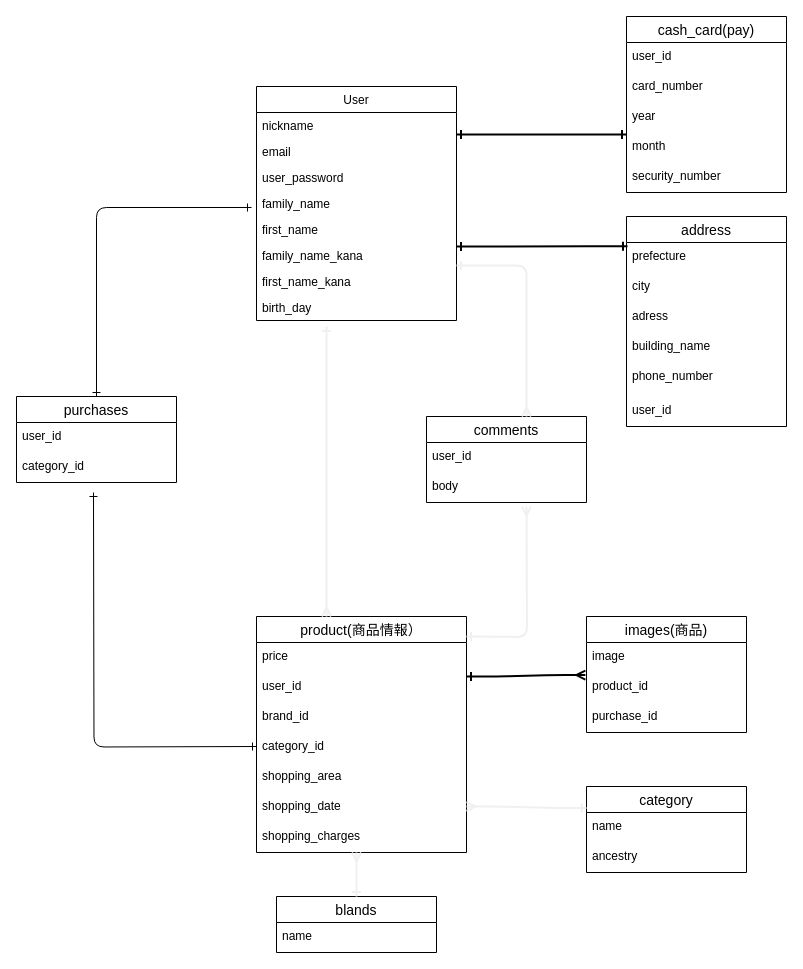
Before: ER.dio in atsushi514/furima-32342, a draw.io diagram. Source tidied: cells renumbered, new cells numbered last; positions are measured from the earlier drawing's top-left corner, leaving out a move shared by most shapes. Both pictures are drawn from the tidied source at 100%, with x=0, y=0 at pixel (16, 16).
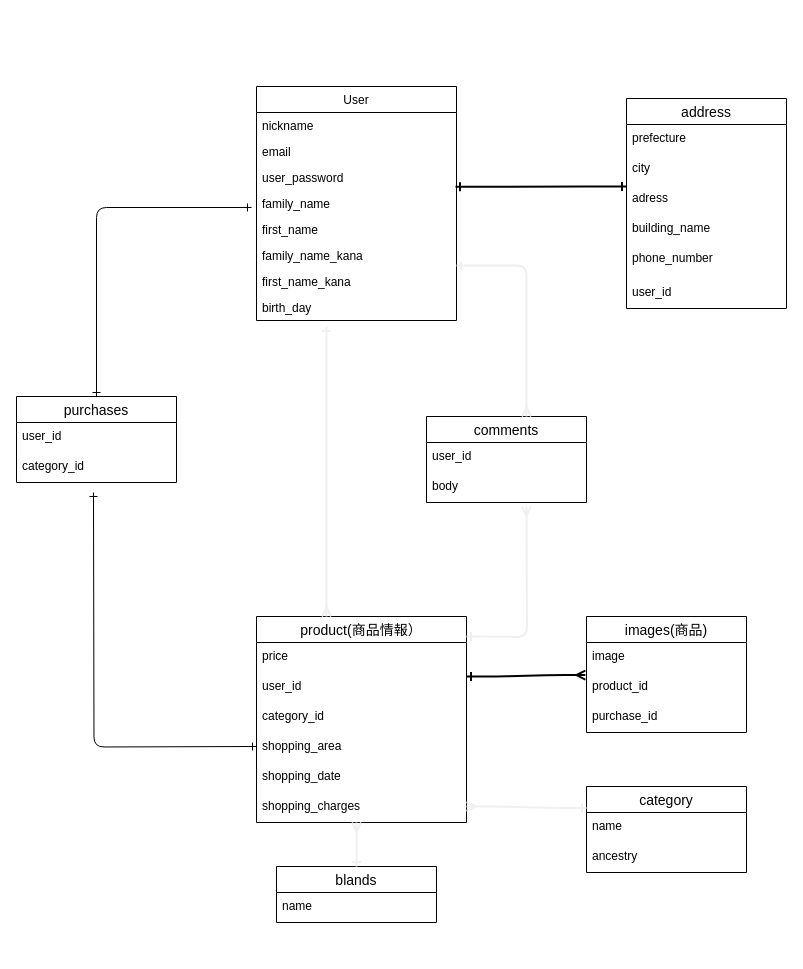
The same diagram, later.

Commit message (it also covers changes not shown here):
データベース設計変更の変更

The edit, as a diff of the source:
```diff
@@
-    <mxCell id="11" value="cash_card(pay)" style="swimlane;fontStyle=0;horizontal=1;startSize=26;align=center;fontSize=14;" parent="1" vertex="1">
-      <mxGeometry x="610" width="160" height="176" as="geometry" />
-    </mxCell>
-    <mxCell id="12" value="user_id" style="text;strokeColor=none;fillColor=none;spacingLeft=4;spacingRight=4;overflow=hidden;fontSize=12;" parent="11" vertex="1">
-      <mxGeometry y="26" width="160" height="30" as="geometry" />
-    </mxCell>
-    <mxCell id="13" value="card_number" style="text;strokeColor=none;fillColor=none;spacingLeft=4;spacingRight=4;overflow=hidden;fontSize=12;" parent="11" vertex="1">
-      <mxGeometry y="56" width="160" height="30" as="geometry" />
-    </mxCell>
-    <mxCell id="14" value="year" style="text;strokeColor=none;fillColor=none;spacingLeft=4;spacingRight=4;overflow=hidden;fontSize=12;" parent="11" vertex="1">
-      <mxGeometry y="86" width="160" height="30" as="geometry" />
-    </mxCell>
-    <mxCell id="15" value="month" style="text;strokeColor=none;fillColor=none;spacingLeft=4;spacingRight=4;overflow=hidden;fontSize=12;" parent="11" vertex="1">
-      <mxGeometry y="116" width="160" height="30" as="geometry" />
-    </mxCell>
-    <mxCell id="16" value="security_number" style="text;strokeColor=none;fillColor=none;spacingLeft=4;spacingRight=4;overflow=hidden;fontSize=12;" parent="11" vertex="1">
-      <mxGeometry y="146" width="160" height="30" as="geometry" />
-    </mxCell>
-    <mxCell id="17" style="edgeStyle=entityRelationEdgeStyle;fontSize=12;html=1;endArrow=ERone;startArrow=ERone;startFill=0;endFill=0;strokeWidth=2;" parent="1" edge="1">
-      <mxGeometry relative="1" as="geometry">
-        <mxPoint x="440" y="118" as="sourcePoint" />
-        <mxPoint x="610" y="118" as="targetPoint" />
-      </mxGeometry>
-    </mxCell>
     <mxCell id="18" value="product(商品情報）" style="swimlane;fontStyle=0;horizontal=1;startSize=26;align=center;fontSize=14;" parent="1" vertex="1">
-      <mxGeometry x="240" y="600" width="210" height="236" as="geometry" />
+      <mxGeometry x="240" y="600" width="210" height="206" as="geometry" />
     </mxCell>
@@
-    <mxCell id="21" value="brand_id" style="text;strokeColor=none;fillColor=none;spacingLeft=4;spacingRight=4;overflow=hidden;fontSize=12;" parent="18" vertex="1">
-      <mxGeometry y="86" width="210" height="30" as="geometry" />
-    </mxCell>
     <mxCell id="22" value="category_id" style="text;strokeColor=none;fillColor=none;spacingLeft=4;spacingRight=4;overflow=hidden;fontSize=12;" parent="18" vertex="1">
-      <mxGeometry y="116" width="210" height="30" as="geometry" />
+      <mxGeometry y="86" width="210" height="30" as="geometry" />
     </mxCell>
     <mxCell id="23" value="shopping_area" style="text;strokeColor=none;fillColor=none;spacingLeft=4;spacingRight=4;overflow=hidden;fontSize=12;" parent="18" vertex="1">
-      <mxGeometry y="146" width="210" height="30" as="geometry" />
+      <mxGeometry y="116" width="210" height="30" as="geometry" />
     </mxCell>
     <mxCell id="24" value="shopping_date" style="text;strokeColor=none;fillColor=none;spacingLeft=4;spacingRight=4;overflow=hidden;fontSize=12;" parent="18" vertex="1">
-      <mxGeometry y="176" width="210" height="30" as="geometry" />
+      <mxGeometry y="146" width="210" height="30" as="geometry" />
     </mxCell>
     <mxCell id="25" value="shopping_charges" style="text;strokeColor=none;fillColor=none;spacingLeft=4;spacingRight=4;overflow=hidden;fontSize=12;" parent="18" vertex="1">
-      <mxGeometry y="206" width="210" height="30" as="geometry" />
+      <mxGeometry y="176" width="210" height="30" as="geometry" />
     </mxCell>
@@
     <mxCell id="33" value="blands" style="swimlane;fontStyle=0;horizontal=1;startSize=26;align=center;fontSize=14;" parent="1" vertex="1">
-      <mxGeometry x="260" y="880" width="160" height="56" as="geometry" />
+      <mxGeometry x="260" y="850" width="160" height="56" as="geometry" />
     </mxCell>
@@
     <mxCell id="35" value="address" style="swimlane;fontStyle=0;horizontal=1;startSize=26;align=center;fontSize=14;" parent="1" vertex="1">
-      <mxGeometry x="610" y="200" width="160" height="210" as="geometry" />
+      <mxGeometry x="610" y="82" width="160" height="210" as="geometry" />
     </mxCell>
@@
     <mxCell id="45" style="edgeStyle=entityRelationEdgeStyle;fontSize=12;html=1;endArrow=ERone;startArrow=ERone;entryX=0.006;entryY=0.127;entryDx=0;entryDy=0;entryPerimeter=0;startFill=0;endFill=0;strokeWidth=2;" parent="1" edge="1">
       <mxGeometry relative="1" as="geometry">
-        <mxPoint x="440" y="230" as="sourcePoint" />
-        <mxPoint x="611" y="229.8" as="targetPoint" />
+        <mxPoint x="439" y="170.2" as="sourcePoint" />
+        <mxPoint x="610" y="170" as="targetPoint" />
       </mxGeometry>
     </mxCell>
@@
     <mxCell id="56" style="fontSize=12;html=1;endArrow=ERmany;strokeColor=#f0f0f0;strokeWidth=2;startArrow=ERone;startFill=0;endFill=0;" parent="1" edge="1">
       <mxGeometry relative="1" as="geometry">
-        <mxPoint x="340" y="880" as="sourcePoint" />
-        <mxPoint x="340" y="836" as="targetPoint" />
+        <mxPoint x="340" y="850" as="sourcePoint" />
+        <mxPoint x="340" y="806" as="targetPoint" />
         <Array as="points">
-          <mxPoint x="340" y="836" />
+          <mxPoint x="340" y="806" />
         </Array>
       </mxGeometry>
     </mxCell>
```
